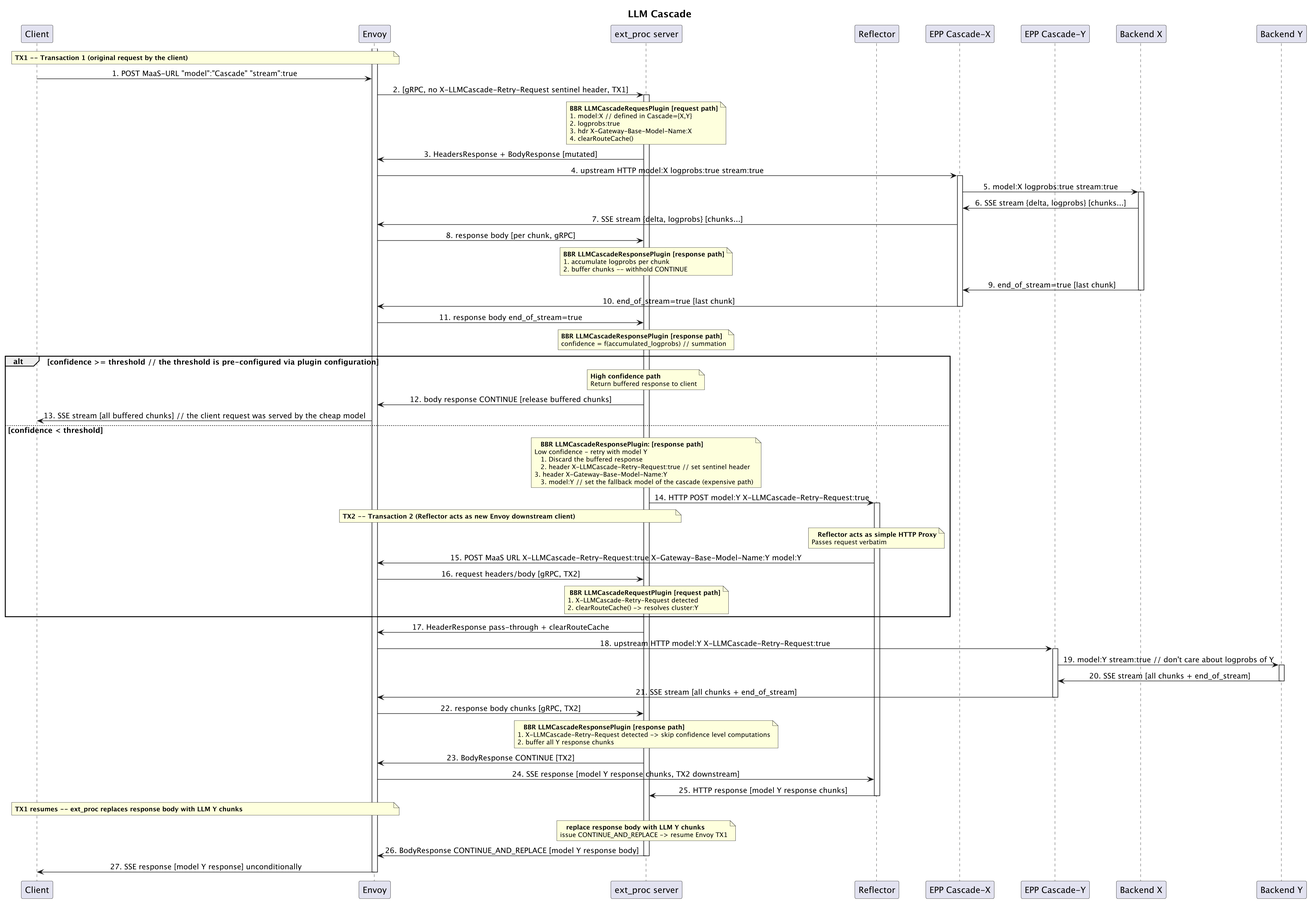
The PlantUML diagram LLMCascade.png in davidbreitgand/diagrams, before a commit. Its diagram source:
```plantuml
@startuml LLMCascade

skinparam dpi 400
skinparam defaultFontSize 14
skinparam titleFontSize 18
skinparam participantFontSize 16
skinparam sequenceMessageAlign center
skinparam noteFontSize 12
skinparam noteTextAlignment left

skinparam ParticipantPadding 20
skinparam BoxPadding 5
skinparam SequenceMessageAlign center

scale 0.4

title LLM Cascade

participant "Client" as client
participant "Envoy" as envoy
participant "ext_proc server" as ext_proc
participant "Reflector" as reflector
participant "EPP Cascade-X" as epp_cx
participant "EPP Cascade-Y" as epp_cy
participant "Backend X" as backend_x
participant "Backend Y" as backend_y

activate envoy
note over client,envoy
  **TX1 -- Transaction 1 (original request by the client)**
end note
client -> envoy: 1. POST MaaS-URL "model":"Cascade" "stream":true
envoy -> ext_proc: 2. [gRPC, no X-LLMCascade-Retry-Request sentinel header, TX1]
activate ext_proc
note over ext_proc
  **BBR LLMCascadeRequesPlugin [request path]**
  1. model:X // defined in Cascade={X,Y}
  2. logprobs:true
  3. hdr X-Gateway-Base-Model-Name:X
  4. clearRouteCache()
end note
ext_proc -> envoy: 3. HeadersResponse + BodyResponse [mutated]
envoy -> epp_cx: 4. upstream HTTP model:X logprobs:true stream:true
activate epp_cx
epp_cx -> backend_x: 5. model:X logprobs:true stream:true
activate backend_x
backend_x -> epp_cx: 6. SSE stream {delta, logprobs} [chunks...]
epp_cx -> envoy: 7. SSE stream {delta, logprobs} [chunks...]
envoy -> ext_proc: 8. response body [per chunk, gRPC]
note over ext_proc
  **BBR LLMCascadeResponsePlugin [response path]**
  1. accumulate logprobs per chunk
  2. buffer chunks -- withhold CONTINUE
end note
backend_x -> epp_cx: 9. end_of_stream=true [last chunk]
deactivate backend_x
epp_cx -> envoy: 10. end_of_stream=true [last chunk]
deactivate epp_cx
envoy -> ext_proc: 11. response body end_of_stream=true
note over ext_proc
  **BBR LLMCascadeResponsePlugin [response path]**
  confidence = f(accumulated_logprobs) // summation
end note

alt confidence >= threshold // the threshold is pre-configured via plugin configuration
  note over ext_proc
    **High confidence path**
    Return buffered response to client
  end note
  ext_proc -> envoy: 12. body response CONTINUE [release buffered chunks]
  envoy -> client: 13. SSE stream [all buffered chunks] // the client request was served by the cheap model
else confidence < threshold
  note over ext_proc
    **BBR LLMCascadeResponsePlugin: [response path]**
	Low confidence - retry with model Y
    1. Discard the buffered response
    2. header X-LLMCascade-Retry-Request:true // set sentinel header
	3. header X-Gateway-Base-Model-Name:Y
    3. model:Y // set the fallback model of the cascade (expensive path)
  end note
  ext_proc -> reflector: 14. HTTP POST model:Y X-LLMCascade-Retry-Request:true
  activate reflector
  note over envoy,ext_proc
    **TX2 -- Transaction 2 (Reflector acts as new Envoy downstream client)**
  end note
  note over reflector
    **Reflector acts as simple HTTP Proxy**
 Passes request verbatim
  end note
  reflector -> envoy: 15. POST MaaS URL X-LLMCascade-Retry-Request:true X-Gateway-Base-Model-Name:Y model:Y
  envoy -> ext_proc: 16. request headers/body [gRPC, TX2]
  note over ext_proc
    **BBR LLMCascadeRequestPlugin [request path]**
   1. X-LLMCascade-Retry-Request detected
   2. clearRouteCache() -> resolves cluster:Y
  end note
end
  ext_proc -> envoy: 17. HeaderResponse pass-through + clearRouteCache
  envoy -> epp_cy: 18. upstream HTTP model:Y X-LLMCascade-Retry-Request:true
  activate epp_cy
  epp_cy -> backend_y: 19. model:Y stream:true // don't care about logprobs of Y
  activate backend_y
  backend_y -> epp_cy: 20. SSE stream [all chunks + end_of_stream]
  deactivate backend_y
  epp_cy -> envoy: 21. SSE stream [all chunks + end_of_stream]
  deactivate epp_cy
  envoy -> ext_proc: 22. response body chunks [gRPC, TX2]
  note over ext_proc
    **BBR LLMCascadeResponsePlugin [response path]**
 1. X-LLMCascade-Retry-Request detected -> skip confidence level computations
 2. buffer all Y response chunks
  end note
  ext_proc -> envoy: 23. BodyResponse CONTINUE [TX2]
  envoy -> reflector: 24. SSE response [model Y response chunks, TX2 downstream]
  reflector -> ext_proc: 25. HTTP response [model Y response chunks]
  deactivate reflector
  note over client,envoy
    **TX1 resumes -- ext_proc replaces response body with LLM Y chunks**
  end note
  note over ext_proc
    **replace response body with LLM Y chunks**
 issue CONTINUE_AND_REPLACE -> resume Envoy TX1
  end note
  ext_proc -> envoy: 26. BodyResponse CONTINUE_AND_REPLACE [model Y response body]
  deactivate ext_proc
  envoy -> client: 27. SSE response [model Y response] unconditionally
  deactivate envoy
@enduml
```
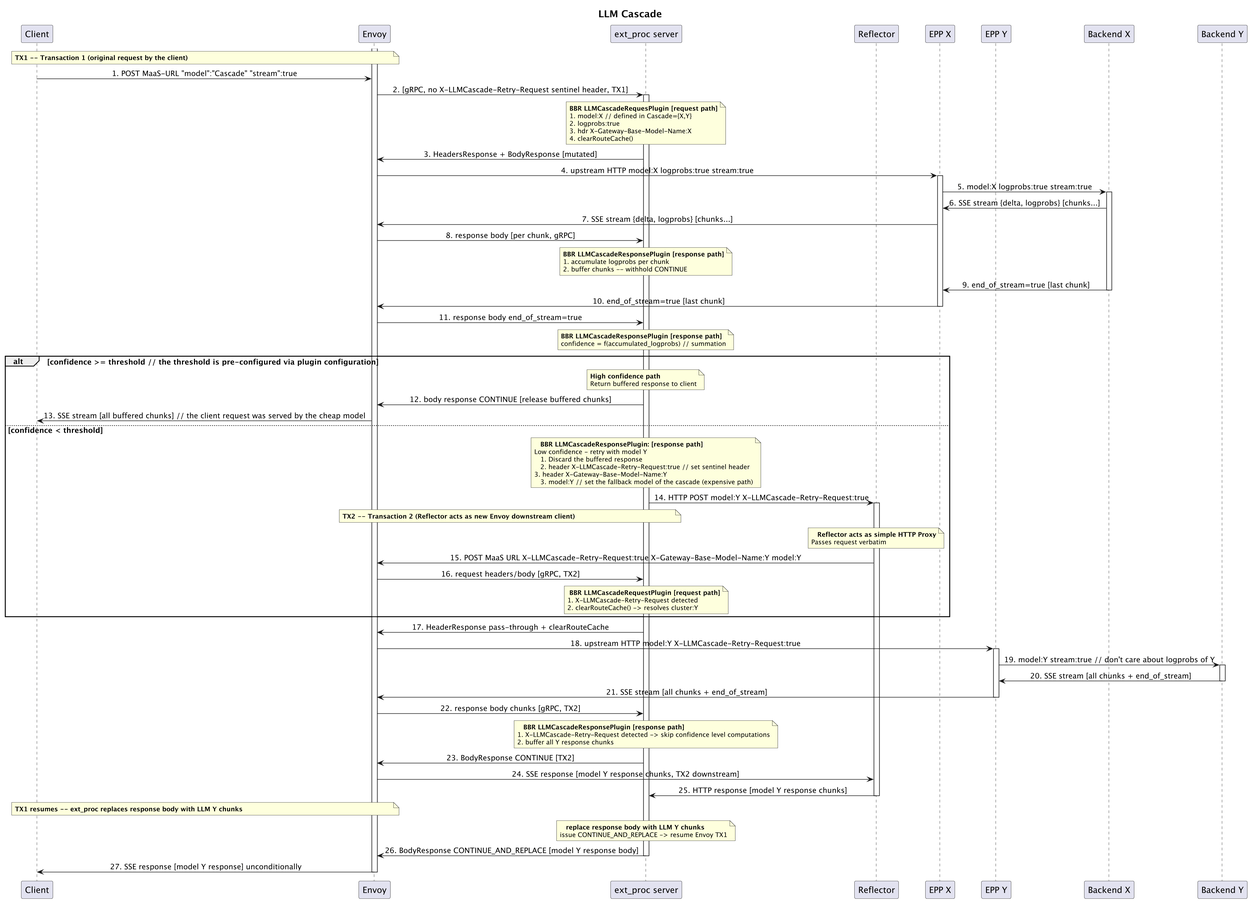
After the change.

Commit message:
Fixes EPP names

Diff of the diagram source:
```diff
@@ -20,8 +20,8 @@
 participant "Envoy" as envoy
 participant "ext_proc server" as ext_proc
 participant "Reflector" as reflector
-participant "EPP Cascade-X" as epp_cx
-participant "EPP Cascade-Y" as epp_cy
+participant "EPP X" as epp_cx
+participant "EPP Y" as epp_cy
 participant "Backend X" as backend_x
 participant "Backend Y" as backend_y
 
```
